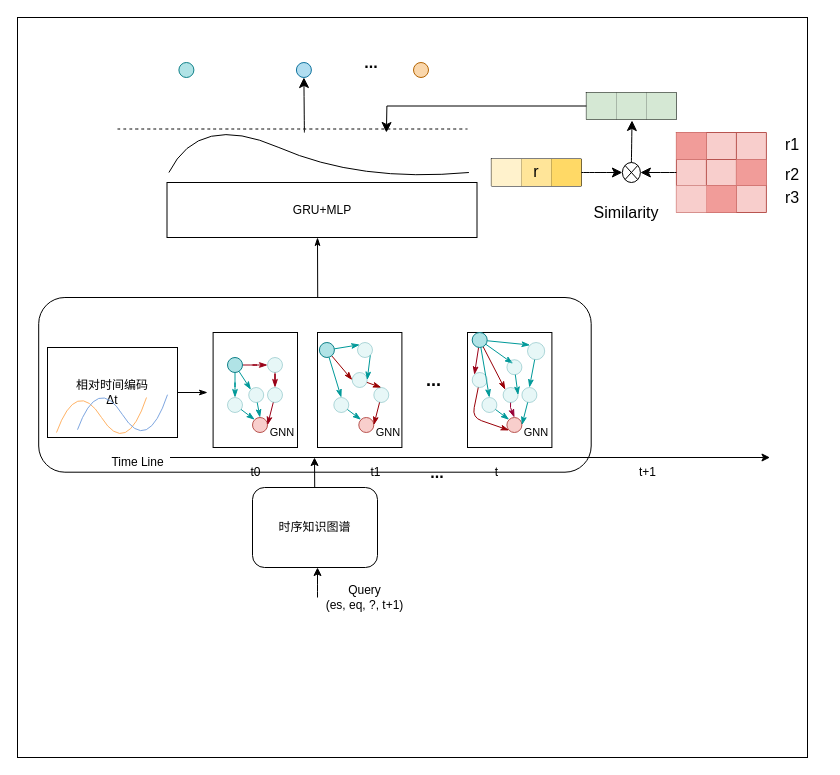
Earlier version of the draw.io diagram 未命名绘图.drawio (LNqwn/BISHE-GRAPH). Source tidied: cells renumbered, new cells numbered last; positions are measured from the earlier drawing's top-left corner, leaving out a move shared by most shapes. Both pictures are drawn from the tidied source at 100%, with x=0, y=0 at pixel (17, 17).
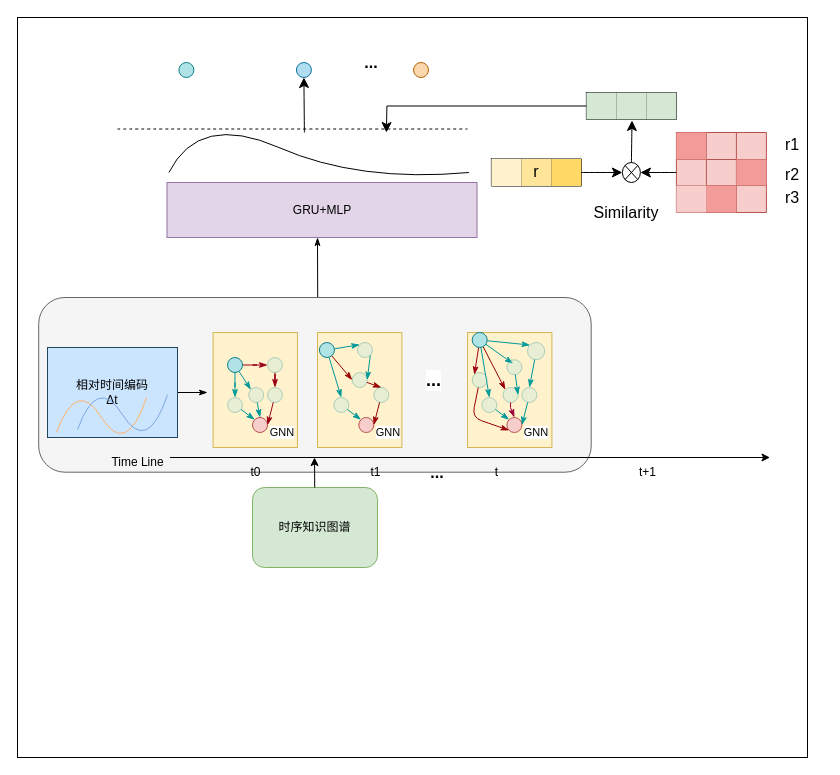
The same diagram, later.

Commit message:
更新未命名绘图.drawio

Diff of the diagram source:
```diff
@@
-    <mxCell id="4" style="rounded=1;whiteSpace=wrap;html=1;fontFamily=Helvetica;fontSize=11;fontColor=default;labelBackgroundColor=default;strokeColor=#000000;" parent="1" vertex="1">
+    <mxCell id="4" style="rounded=1;whiteSpace=wrap;html=1;fontFamily=Helvetica;fontSize=11;labelBackgroundColor=default;strokeColor=#666666;fillColor=#f5f5f5;fontColor=#333333;" parent="1" vertex="1">
       <mxGeometry x="21.2" y="280" width="552.5" height="174.7" as="geometry" />
     </mxCell>
-    <mxCell id="5" value="时序知识图谱" style="rounded=1;whiteSpace=wrap;html=1;" parent="1" vertex="1">
+    <mxCell id="5" value="时序知识图谱" style="rounded=1;whiteSpace=wrap;html=1;fillColor=#D5E8D4;strokeColor=#82b366;" parent="1" vertex="1">
       <mxGeometry x="235" y="470" width="125" height="80" as="geometry" />
     </mxCell>
-    <mxCell id="6" style="endArrow=classic;html=1;rounded=0;curved=1;" parent="1" edge="1">
-      <mxGeometry relative="1" as="geometry">
-        <mxPoint x="300" y="580" as="sourcePoint" />
-        <mxPoint x="300" y="550" as="targetPoint" />
-      </mxGeometry>
-    </mxCell>
-    <mxCell id="7" value="Query&lt;div&gt;(es, eq, ?, t+1)&lt;/div&gt;" style="text;html=1;align=center;verticalAlign=middle;whiteSpace=wrap;rounded=0;" parent="1" vertex="1">
-      <mxGeometry x="300" y="570" width="95" height="20" as="geometry" />
-    </mxCell>
@@
-    <mxCell id="9" value="相对时间编码&lt;div&gt;Δt&lt;br&gt;&lt;/div&gt;" style="rounded=1;whiteSpace=wrap;html=1;arcSize=0;" parent="1" vertex="1">
+    <mxCell id="9" value="相对时间编码&lt;div&gt;Δt&lt;br&gt;&lt;/div&gt;" style="rounded=1;whiteSpace=wrap;html=1;arcSize=0;fillColor=#CCE5FF;strokeColor=#23445d;" parent="1" vertex="1">
       <mxGeometry x="30" y="330" width="130" height="90" as="geometry" />
     </mxCell>
-    <mxCell id="10" style="rounded=0;whiteSpace=wrap;html=1;" parent="1" vertex="1">
+    <mxCell id="10" style="rounded=0;whiteSpace=wrap;html=1;fillColor=#fff2cc;strokeColor=#d6b656;" parent="1" vertex="1">
       <mxGeometry x="195.6" y="315" width="84.4" height="115" as="geometry" />
     </mxCell>
@@
-    <mxCell id="24" style="rounded=0;whiteSpace=wrap;html=1;" parent="1" vertex="1">
+    <mxCell id="24" style="rounded=0;whiteSpace=wrap;html=1;fillColor=#fff2cc;strokeColor=#d6b656;" parent="1" vertex="1">
       <mxGeometry x="300" y="315" width="84.4" height="115" as="geometry" />
     </mxCell>
@@
-    <mxCell id="38" style="rounded=0;whiteSpace=wrap;html=1;" parent="1" vertex="1">
+    <mxCell id="38" style="rounded=0;whiteSpace=wrap;html=1;fillColor=#fff2cc;strokeColor=#d6b656;" parent="1" vertex="1">
       <mxGeometry x="450" y="315" width="84.4" height="115" as="geometry" />
     </mxCell>
@@
-    <mxCell id="62" value="GRU+MLP" style="rounded=0;whiteSpace=wrap;html=1;" parent="1" vertex="1">
+    <mxCell id="62" value="GRU+MLP" style="rounded=0;whiteSpace=wrap;html=1;fillColor=#e1d5e7;strokeColor=#9673a6;" parent="1" vertex="1">
       <mxGeometry x="149.5" y="165" width="310" height="55" as="geometry" />
     </mxCell>
```
